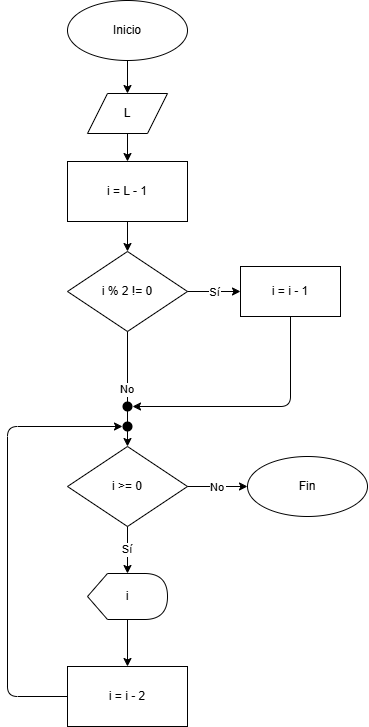
Before: chapter4/dfd/dfd4.5.7_10.png, a diagram exported from draw.io (UPclopezpAalgorithmsBook/solutions). Source tidied: cells renumbered, new cells last; positions are measured from the earlier drawing's top-left corner, leaving out a move shared by most shapes.
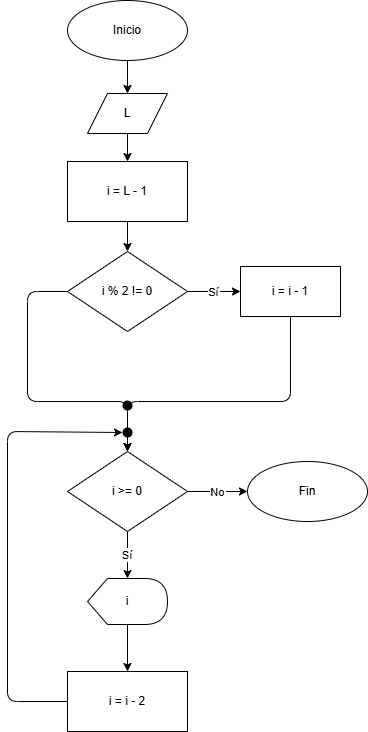
Later version of the same file.

Diff of the diagram source:
```diff
@@ -20,42 +20,60 @@
         </Array>
       </mxGeometry>
     </mxCell>
-    <mxCell id="4" parent="1" edge="1">
-      <mxGeometry relative="1" as="geometry">
-        <mxPoint x="60" y="381" as="targetPoint" />
-        <Array as="points">
-          <mxPoint y="491" />
-          <mxPoint y="381" />
-        </Array>
-      </mxGeometry>
-    </mxCell>
-    <mxCell id="5" style="endArrow=classic;html=1;exitX=0;exitY=0.5;exitDx=0;exitDy=0;entryX=0;entryY=0.5;entryDx=0;entryDy=0;" parent="1" edge="1">
-      <mxGeometry relative="1" as="geometry">
-        <mxPoint x="60" y="201" as="targetPoint" />
-        <Array as="points">
-          <mxPoint y="441" />
-          <mxPoint y="201" />
-        </Array>
-      </mxGeometry>
-    </mxCell>
-    <mxCell id="6" parent="1" edge="1">
-      <mxGeometry relative="1" as="geometry">
-        <mxPoint x="60" y="381" as="targetPoint" />
-        <Array as="points">
-          <mxPoint y="491" />
-          <mxPoint y="381" />
-        </Array>
-      </mxGeometry>
-    </mxCell>
-    <mxCell id="7" style="endArrow=classic;html=1;exitX=0;exitY=0.5;exitDx=0;exitDy=0;entryX=0;entryY=0.5;entryDx=0;entryDy=0;" parent="1" edge="1">
-      <mxGeometry relative="1" as="geometry">
-        <mxPoint x="60" y="201" as="targetPoint" />
-        <Array as="points">
-          <mxPoint y="441" />
-          <mxPoint y="201" />
-        </Array>
-      </mxGeometry>
-    </mxCell>
+    <mxCell id="29" parent="1" edge="1">
+      <mxGeometry relative="1" as="geometry">
+        <mxPoint x="60" y="381" as="targetPoint" />
+        <Array as="points">
+          <mxPoint y="491" />
+          <mxPoint y="381" />
+        </Array>
+      </mxGeometry>
+    </mxCell>
+    <mxCell id="30" style="endArrow=classic;html=1;exitX=0;exitY=0.5;exitDx=0;exitDy=0;entryX=0;entryY=0.5;entryDx=0;entryDy=0;" parent="1" edge="1">
+      <mxGeometry relative="1" as="geometry">
+        <mxPoint x="60" y="201" as="targetPoint" />
+        <Array as="points">
+          <mxPoint y="441" />
+          <mxPoint y="201" />
+        </Array>
+      </mxGeometry>
+    </mxCell>
+    <mxCell id="31" parent="1" edge="1">
+      <mxGeometry relative="1" as="geometry">
+        <mxPoint x="60" y="381" as="targetPoint" />
+        <Array as="points">
+          <mxPoint y="491" />
+          <mxPoint y="381" />
+        </Array>
+      </mxGeometry>
+    </mxCell>
+    <mxCell id="32" style="endArrow=classic;html=1;exitX=0;exitY=0.5;exitDx=0;exitDy=0;entryX=0;entryY=0.5;entryDx=0;entryDy=0;" parent="1" edge="1">
+      <mxGeometry relative="1" as="geometry">
+        <mxPoint x="60" y="201" as="targetPoint" />
+        <Array as="points">
+          <mxPoint y="441" />
+          <mxPoint y="201" />
+        </Array>
+      </mxGeometry>
+    </mxCell>
+    <mxCell id="33" parent="1" edge="1">
+      <mxGeometry relative="1" as="geometry">
+        <mxPoint x="60" y="381" as="targetPoint" />
+        <Array as="points">
+          <mxPoint y="491" />
+          <mxPoint y="381" />
+        </Array>
+      </mxGeometry>
+    </mxCell>
+    <mxCell id="34" style="endArrow=classic;html=1;exitX=0;exitY=0.5;exitDx=0;exitDy=0;entryX=0;entryY=0.5;entryDx=0;entryDy=0;" parent="1" edge="1">
+      <mxGeometry relative="1" as="geometry">
+        <mxPoint x="60" y="201" as="targetPoint" />
+        <Array as="points">
+          <mxPoint y="441" />
+          <mxPoint y="201" />
+        </Array>
+      </mxGeometry>
+    </mxCell>
     <mxCell id="8" value="Inicio" style="ellipse;whiteSpace=wrap;html=1;" parent="1" vertex="1">
       <mxGeometry x="60" width="120" height="60" as="geometry" />
     </mxCell>
@@ -72,16 +90,16 @@
       <mxGeometry x="233" y="266" width="100" height="50" as="geometry" />
     </mxCell>
     <mxCell id="13" value="i &amp;gt;= 0" style="rhombus;whiteSpace=wrap;html=1;" parent="1" vertex="1">
-      <mxGeometry x="60" y="446" width="120" height="80" as="geometry" />
+      <mxGeometry x="60" y="451" width="120" height="80" as="geometry" />
     </mxCell>
     <mxCell id="14" value="i" style="shape=display;whiteSpace=wrap;html=1;" parent="1" vertex="1">
-      <mxGeometry x="80" y="573" width="80" height="46" as="geometry" />
+      <mxGeometry x="80" y="578" width="80" height="46" as="geometry" />
     </mxCell>
     <mxCell id="15" value="i = i - 2" style="rounded=0;whiteSpace=wrap;html=1;" parent="1" vertex="1">
-      <mxGeometry x="60" y="666" width="120" height="60" as="geometry" />
+      <mxGeometry x="60" y="671" width="120" height="60" as="geometry" />
     </mxCell>
     <mxCell id="16" value="Fin" style="ellipse;whiteSpace=wrap;html=1;" parent="1" vertex="1">
-      <mxGeometry x="240" y="456" width="120" height="60" as="geometry" />
+      <mxGeometry x="240" y="461" width="120" height="60" as="geometry" />
     </mxCell>
     <mxCell id="17" parent="1" edge="1" source="8" target="9">
       <mxGeometry relative="1" as="geometry" />
@@ -95,9 +113,6 @@
     <mxCell id="20" value="Sí" parent="1" edge="1" source="11" target="12">
       <mxGeometry relative="1" as="geometry" />
     </mxCell>
-    <mxCell id="21" value="No" parent="1" edge="1" source="11" target="13">
-      <mxGeometry relative="1" as="geometry" />
-    </mxCell>
     <mxCell id="22" value="Sí" parent="1" edge="1" source="13" target="14">
       <mxGeometry relative="1" as="geometry" />
     </mxCell>
@@ -107,26 +122,36 @@
     <mxCell id="24" parent="1" edge="1" source="14" target="15">
       <mxGeometry relative="1" as="geometry" />
     </mxCell>
-    <mxCell id="25" style="entryX=0;entryY=0.5;entryDx=0;entryDy=0;" parent="1" edge="1" source="15" target="27">
-      <mxGeometry relative="1" as="geometry">
-        <Array as="points">
-          <mxPoint y="696" />
-          <mxPoint y="426" />
-        </Array>
-      </mxGeometry>
-    </mxCell>
-    <mxCell id="26" style="entryX=1;entryY=0.5;entryDx=0;entryDy=0;exitX=0.5;exitY=1;exitDx=0;exitDy=0;" parent="1" edge="1" source="12" target="28">
-      <mxGeometry relative="1" as="geometry">
-        <Array as="points">
-          <mxPoint x="283" y="406" />
-        </Array>
-      </mxGeometry>
-    </mxCell>
-    <mxCell id="27" style="ellipse;whiteSpace=wrap;html=1;strokeColor=none;fillColor=#000000;" parent="1" vertex="1">
-      <mxGeometry x="115" y="421" width="10" height="10" as="geometry" />
-    </mxCell>
-    <mxCell id="28" style="ellipse;whiteSpace=wrap;html=1;strokeColor=none;fillColor=#000000;" parent="1" vertex="1">
-      <mxGeometry x="115" y="401" width="10" height="10" as="geometry" />
-    </mxCell>
+    <mxCell id="35" style="entryX=0;entryY=0.5;entryDx=0;entryDy=0;" parent="1" edge="1" source="15" target="38">
+      <mxGeometry relative="1" as="geometry">
+        <Array as="points">
+          <mxPoint y="701" />
+          <mxPoint y="431" />
+        </Array>
+      </mxGeometry>
+    </mxCell>
+    <mxCell id="36" style="entryX=0.5;entryY=0;entryDx=0;entryDy=0;exitX=0.5;exitY=1;exitDx=0;exitDy=0;" parent="1" edge="1" source="12" target="13">
+      <mxGeometry relative="1" as="geometry">
+        <Array as="points">
+          <mxPoint x="283" y="401" />
+          <mxPoint x="120" y="401" />
+        </Array>
+      </mxGeometry>
+    </mxCell>
+    <mxCell id="21" style="exitX=0;exitY=0.5;exitDx=0;exitDy=0;entryX=0.5;entryY=0;entryDx=0;entryDy=0;" parent="1" edge="1" source="11" target="13">
+      <mxGeometry relative="1" as="geometry">
+        <Array as="points">
+          <mxPoint x="20" y="291" />
+          <mxPoint x="20" y="401" />
+          <mxPoint x="120" y="401" />
+        </Array>
+      </mxGeometry>
+    </mxCell>
+    <mxCell id="37" style="ellipse;whiteSpace=wrap;html=1;strokeColor=none;fillColor=#000000;" parent="1" vertex="1">
+      <mxGeometry x="115" y="400" width="10" height="10" as="geometry" />
+    </mxCell>
+    <mxCell id="38" style="ellipse;whiteSpace=wrap;html=1;strokeColor=none;fillColor=#000000;" parent="1" vertex="1">
+      <mxGeometry x="115" y="427" width="10" height="10" as="geometry" />
+    </mxCell>
   </root>
 </mxGraphModel>
```
